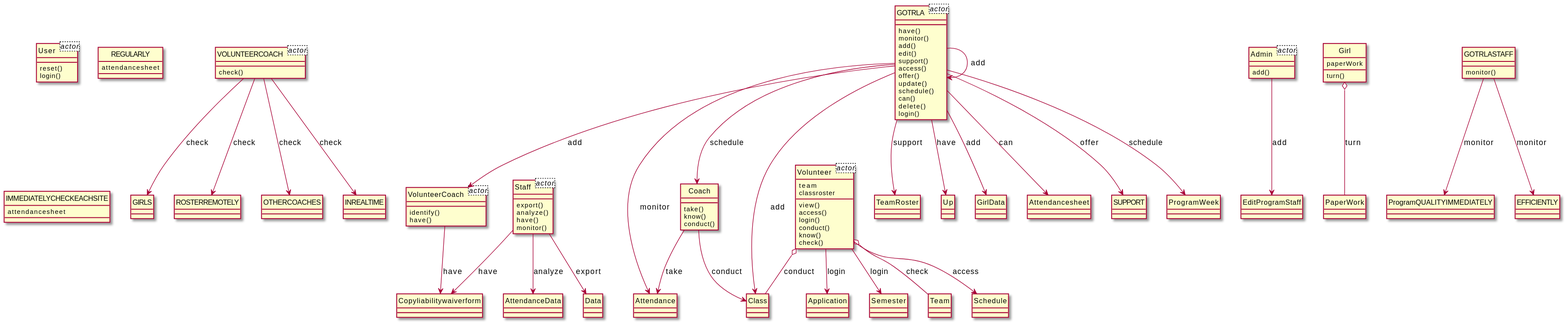
Above: output/diagram_5/2014-USC-Project15.svg in xixixhalu/DomainModelExtractor (PlantUML), before the change.
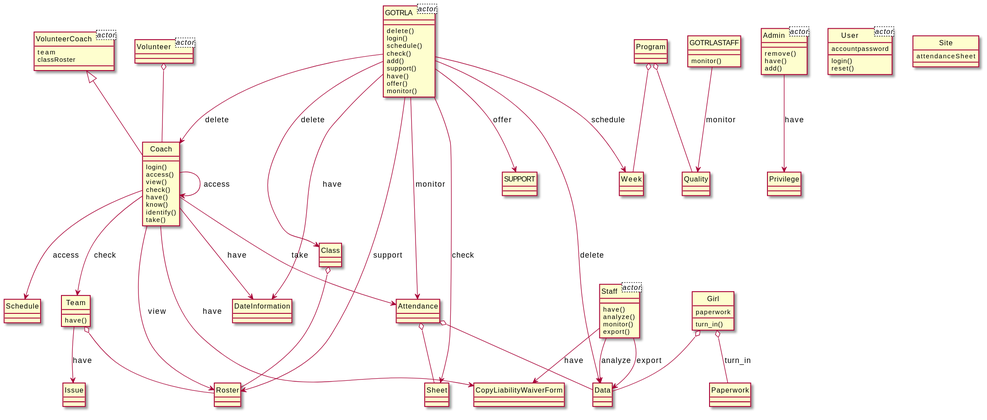
Later version of the same file.

The edit, as a diff of the source:
```diff
@@ -1,155 +1,133 @@
 @startuml
 hide circle
-class VOLUNTEERCOACH<actor> {
+class VolunteerCoach<actor> {
+	team
+	classRoster
 }
 class GOTRLA<actor> {
-}
-class VolunteerCoach<actor> {
 }
 class Staff<actor> {
 }
 class Volunteer<actor> {
-	team
-	classroster
 }
 class Admin<actor> {
 }
 class User<actor> {
+	accountpassword
 }
-class REGULARLY {
-	attendancesheet
-}
-class IMMEDIATELYCHECKEACHSITE {
-	attendancesheet
+class Site {
+	attendanceSheet
 }
 class Girl {
-	paperWork
-	turn()
+	paperwork
+	turn_in()
+}
+class Program {
+}
+class Quality {
+}
+class Week {
+}
+class Sheet {
+}
+class Roster {
+}
+class GOTRLA {
+	delete()
+	login()
+	schedule()
+	check()
+	add()
+	support()
+	have()
+	offer()
+	monitor()
+}
+class Staff {
+	have()
+	analyze()
+	monitor()
+	export()
 }
 class Coach {
+	login()
+	access()
+	view()
+	check()
+	have()
+	know()
+	identify()
 	take()
-	know()
-	conduct()
 }
-class Attendance {
+class SUPPORT {
 }
-class VOLUNTEERCOACH {
-	check()
+class DateInformation {
 }
-class GIRLS {
+class Data {
 }
-class ROSTERREMOTELY {
-}
-class GOTRLA {
-	have()
-	monitor()
-	add()
-	edit()
-	support()
-	access()
-	offer()
-	update()
-	schedule()
-	can()
-	delete()
-	login()
-}
-class VolunteerCoach {
-	identify()
+class Team {
 	have()
 }
-class Copyliabilitywaiverform {
-}
-class TeamRoster {
-}
-class Staff {
-	export()
-	analyze()
-	have()
-	monitor()
-}
-class PaperWork {
-}
-class Volunteer {
-	view()
-	access()
+class User {
 	login()
-	conduct()
-	know()
-	check()
-}
-class User {
 	reset()
-	login()
 }
 class Class {
 }
-class OTHERCOACHES {
-}
-class INREALTIME {
-}
-class Up {
-}
-class Application {
-}
 class Admin {
+	remove()
+	have()
 	add()
 }
-class EditProgramStaff {
-}
-class AttendanceData {
+class Privilege {
 }
 class GOTRLASTAFF {
 	monitor()
 }
-class GirlData {
-}
-class Data {
-}
-class Semester {
-}
-class ProgramQUALITYIMMEDIATELY {
-}
-class Attendancesheet {
-}
-class EFFICIENTLY {
-}
-class SUPPORT {
-}
-class ProgramWeek {
-}
-class Team {
+class Paperwork {
 }
 class Schedule {
 }
-Staff --> Copyliabilitywaiverform : have
-VOLUNTEERCOACH --> GIRLS : check
-GOTRLA --> Class : add
+class Attendance {
+}
+class Issue {
+}
+class CopyLiabilityWaiverForm {
+}
+class VolunteerCoach {
+}
+class Volunteer {
+}
+Attendance o-- Sheet
+GOTRLA --> Sheet : check
+Class o-- Roster
+GOTRLA --> Data : delete
+Attendance o-- Data
+Coach --> Schedule : access
+Team o-- Roster
+GOTRLA --> SUPPORT : offer
+Program o-- Week
 GOTRLA --> Attendance : monitor
-VOLUNTEERCOACH --> ROSTERREMOTELY : check
-GOTRLA --> Attendancesheet : can
-GOTRLA --> Up : have
-GOTRLASTAFF --> EFFICIENTLY : monitor
-Volunteer --> Application : login
-VolunteerCoach --> Copyliabilitywaiverform : have
-GOTRLA --> SUPPORT : offer
-GOTRLA --> TeamRoster : support
-GOTRLA --> ProgramWeek : schedule
-Admin --> EditProgramStaff : add
-Staff --> AttendanceData : analyze
-Girl o-- PaperWork : turn
-GOTRLA --> VolunteerCoach : add
-Coach --> Class : conduct
-GOTRLA --> GOTRLA : add
-Volunteer o-- Team : check
-GOTRLA --> GirlData : add
-GOTRLA --> Coach : schedule
-Volunteer --> Schedule : access
+Program o-- Quality
+Coach --> DateInformation : have
+GOTRLA --> DateInformation : have
+Coach --> Roster : view
+Staff --> Data : analyze
+Team --> Issue : have
+Coach --> Attendance : take
+Coach --> Team : check
+Coach --> Coach : access
+Staff --> CopyLiabilityWaiverForm : have
+Coach --> CopyLiabilityWaiverForm : have
+GOTRLA --> Class : delete
 Staff --> Data : export
-Volunteer o-- Class : conduct
-Volunteer --> Semester : login
-VOLUNTEERCOACH --> OTHERCOACHES : check
-Coach --> Attendance : take
-VOLUNTEERCOACH --> INREALTIME : check
-GOTRLASTAFF --> ProgramQUALITYIMMEDIATELY : monitor
+GOTRLA --> Week : schedule
+GOTRLA --> Roster : support
+VolunteerCoach <|-- Coach
+Admin --> Privilege : have
+GOTRLA --> Coach : delete
+Girl o-- Paperwork : turn_in
+Volunteer o-- Coach
+GOTRLASTAFF --> Quality : monitor
+Girl o-- Data
 @enduml
```
